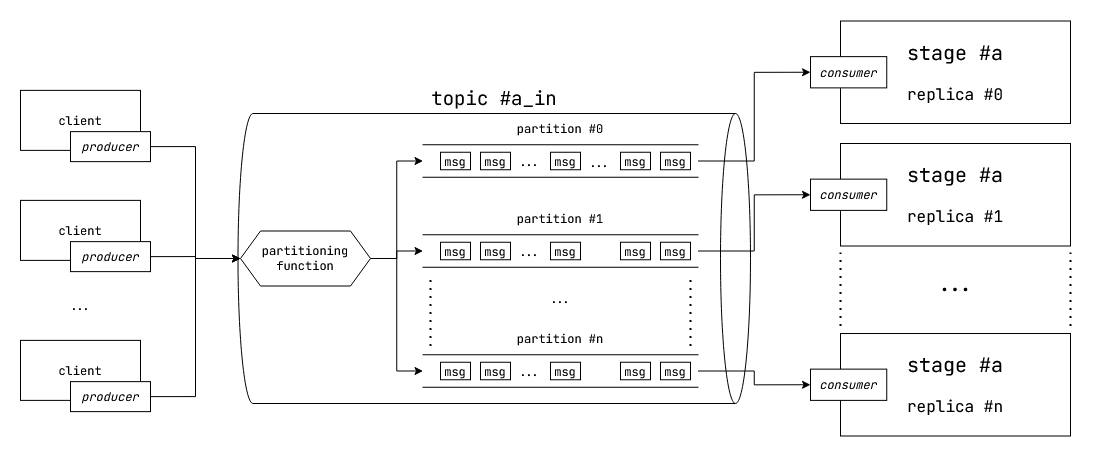
Before: assets/kafka-horizontal-scaling.drawio.png, a diagram exported from draw.io (arindas/tfug-ml-mq-infer). Source tidied: cells renumbered, new cells last; positions are measured from the earlier drawing's top-left corner, leaving out a move shared by most shapes.
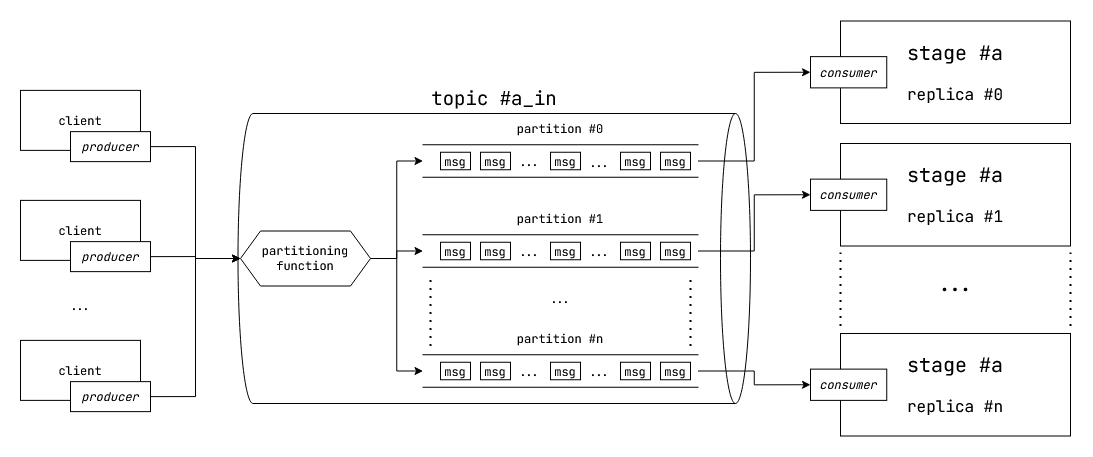
Later version of the same file.

Commit message:
doc: updates horizontal scaling diagram

Change to the diagram source:
```diff
@@ -182,5 +182,11 @@
     <mxCell id="57" value="..." style="text;html=1;strokeColor=none;fillColor=none;align=center;verticalAlign=middle;whiteSpace=wrap;rounded=0;fontFamily=JetBrains Mono;fontSource=https%3A%2F%2Ffonts.googleapis.com%2Fcss%3Ffamily%3DJetBrains%2BMono;" parent="1" vertex="1">
       <mxGeometry x="30" y="287.9" width="60" height="30" as="geometry" />
     </mxCell>
+    <mxCell id="58" value="..." style="text;html=1;strokeColor=none;fillColor=none;align=center;verticalAlign=middle;whiteSpace=wrap;rounded=0;fontFamily=JetBrains Mono;fontSource=https%3A%2F%2Ffonts.googleapis.com%2Fcss%3Ffamily%3DJetBrains%2BMono;" parent="1" vertex="1">
+      <mxGeometry x="563.8" y="238.5" width="30" height="20" as="geometry" />
+    </mxCell>
+    <mxCell id="59" value="..." style="text;html=1;strokeColor=none;fillColor=none;align=center;verticalAlign=middle;whiteSpace=wrap;rounded=0;fontFamily=JetBrains Mono;fontSource=https%3A%2F%2Ffonts.googleapis.com%2Fcss%3Ffamily%3DJetBrains%2BMono;" parent="1" vertex="1">
+      <mxGeometry x="563.8" y="358.5" width="30" height="20" as="geometry" />
+    </mxCell>
   </root>
 </mxGraphModel>
```
